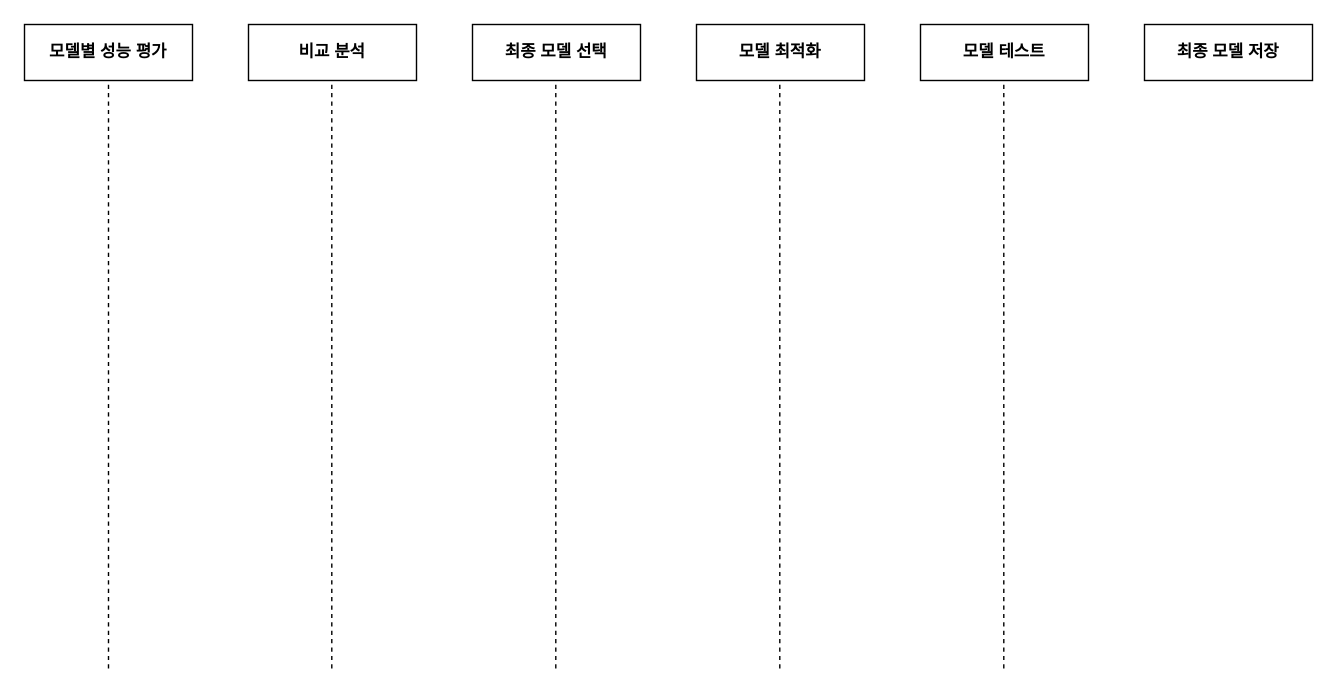
hyun10144/Lecture4-1 keeps this draw.io diagram as 제목 없는 다이어그램.drawio. Above is the earlier version. Source tidied: cells renumbered, new cells numbered last; positions are measured from the earlier drawing's top-left corner, leaving out a move shared by most shapes. Both pictures are drawn from the tidied source at 140%, with x=0, y=0 at pixel (24, 24).
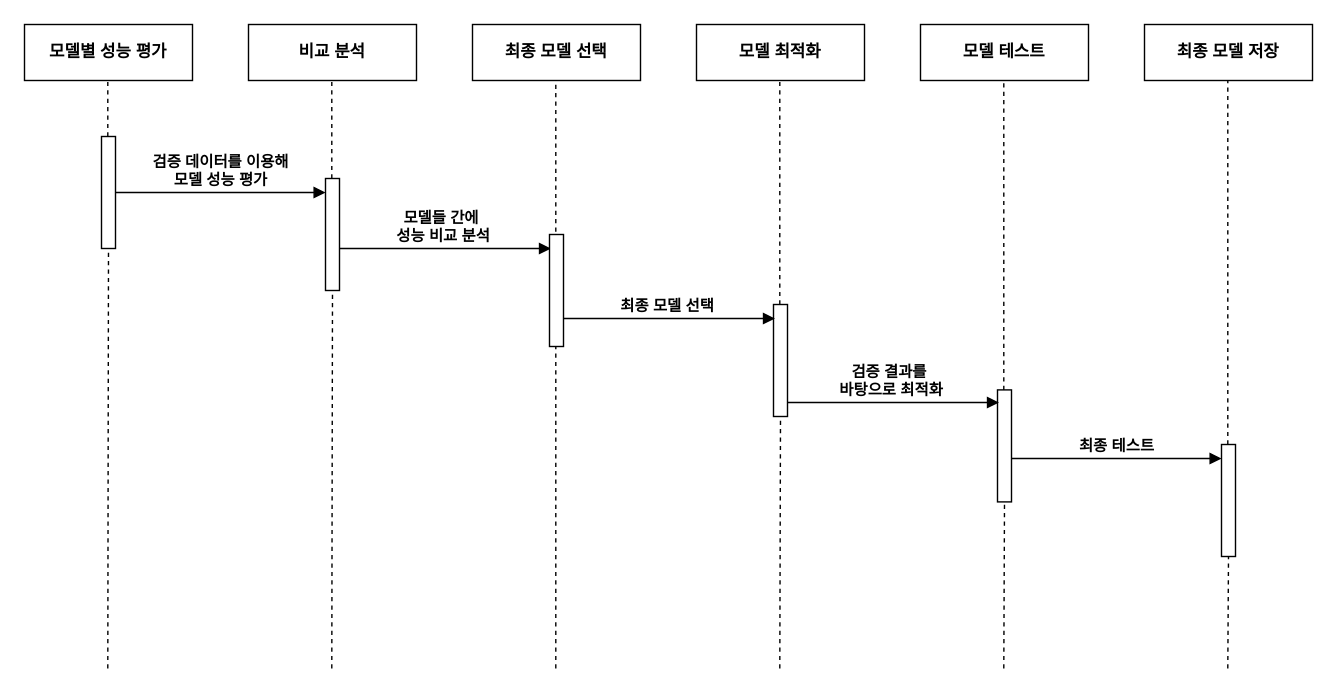
The same diagram, later.

Commit message (it also covers changes not shown here):
제목 없는 다이어그램.drawio 업데이트

The change refers to these unchanged cells:
```xml
<mxCell id="2" value="모델별 성능 평가" style="rounded=0;whiteSpace=wrap;html=1;strokeWidth=1;fontStyle=1;" parent="1" vertex="1">
  <mxGeometry width="120" height="40" as="geometry" />
</mxCell>
```

The edit, as a diff of the source:
```diff
@@
-    <mxCell id="8" style="endArrow=none;dashed=1;html=1;rounded=0;entryX=0.5;entryY=1;entryDx=0;entryDy=0;fontSize=11;" parent="1" edge="1" target="2">
-      <mxGeometry relative="1" as="geometry">
-        <mxPoint x="60" y="460" as="sourcePoint" />
-      </mxGeometry>
-    </mxCell>
-    <mxCell id="9" style="endArrow=none;dashed=1;html=1;rounded=0;entryX=0.5;entryY=1;entryDx=0;entryDy=0;fontSize=11;" parent="1" edge="1">
+    <mxCell id="9" style="endArrow=none;dashed=1;html=1;rounded=0;entryX=0.5;entryY=1;entryDx=0;entryDy=0;fontSize=11;" parent="1" edge="1" source="20">
       <mxGeometry relative="1" as="geometry">
-        <mxPoint x="219.5" y="460" as="sourcePoint" />
         <mxPoint x="219.5" y="40" as="targetPoint" />
       </mxGeometry>
     </mxCell>
@@
-    <mxCell id="11" style="endArrow=none;dashed=1;html=1;rounded=0;entryX=0.5;entryY=1;entryDx=0;entryDy=0;fontSize=11;" parent="1" edge="1">
+    <mxCell id="11" style="endArrow=none;dashed=1;html=1;rounded=0;entryX=0.5;entryY=1;entryDx=0;entryDy=0;fontSize=11;" parent="1" edge="1" source="26">
       <mxGeometry relative="1" as="geometry">
-        <mxPoint x="539.5" y="460" as="sourcePoint" />
         <mxPoint x="539.5" y="40" as="targetPoint" />
       </mxGeometry>
     </mxCell>
-    <mxCell id="12" style="endArrow=none;dashed=1;html=1;rounded=0;entryX=0.5;entryY=1;entryDx=0;entryDy=0;fontSize=11;" parent="1" edge="1">
+    <mxCell id="12" style="endArrow=none;dashed=1;html=1;rounded=0;entryX=0.5;entryY=1;entryDx=0;entryDy=0;fontSize=11;" parent="1" edge="1" source="24">
       <mxGeometry relative="1" as="geometry">
-        <mxPoint x="699.5" y="460" as="sourcePoint" />
         <mxPoint x="699.5" y="40" as="targetPoint" />
       </mxGeometry>
     </mxCell>
+    <mxCell id="13" style="endArrow=none;dashed=1;html=1;rounded=0;entryX=0.5;entryY=1;entryDx=0;entryDy=0;fontSize=11;" parent="1" edge="1" source="28">
+      <mxGeometry relative="1" as="geometry">
+        <mxPoint x="859.5" y="40" as="targetPoint" />
+      </mxGeometry>
+    </mxCell>
+    <mxCell id="14" style="endArrow=none;dashed=1;html=1;rounded=0;entryX=0.5;entryY=1;entryDx=0;entryDy=0;fontSize=11;" parent="1" edge="1" source="16">
+      <mxGeometry relative="1" as="geometry">
+        <mxPoint x="59.5" y="40" as="targetPoint" />
+      </mxGeometry>
+    </mxCell>
+    <mxCell id="15" style="endArrow=none;dashed=1;html=1;rounded=0;entryX=0.5;entryY=1;entryDx=0;entryDy=0;fontSize=11;" parent="1" edge="1" target="16">
+      <mxGeometry relative="1" as="geometry">
+        <mxPoint x="59.5" y="460" as="sourcePoint" />
+      </mxGeometry>
+    </mxCell>
+    <mxCell id="16" style="html=1;points=[[0,0,0,0,5],[0,1,0,0,-5],[1,0,0,0,5],[1,1,0,0,-5]];perimeter=orthogonalPerimeter;outlineConnect=0;targetShapes=umlLifeline;portConstraint=eastwest;newEdgeStyle={&quot;curved&quot;:0,&quot;rounded&quot;:0};" parent="1" vertex="1">
+      <mxGeometry x="55" y="80" width="10" height="80" as="geometry" />
+    </mxCell>
+    <mxCell id="17" value="&lt;b&gt;모델들 간에&amp;nbsp;&lt;/b&gt;&lt;div&gt;&lt;b&gt;성능 비교 분석&lt;/b&gt;&lt;/div&gt;" style="html=1;verticalAlign=bottom;endArrow=block;curved=0;rounded=0;" parent="1" edge="1">
+      <mxGeometry x="0.01" relative="1" as="geometry">
+        <mxPoint x="221" y="160" as="sourcePoint" />
+        <mxPoint x="376" y="160" as="targetPoint" />
+      </mxGeometry>
+    </mxCell>
+    <mxCell id="18" value="&lt;b&gt;최종 테스트&lt;/b&gt;" style="html=1;verticalAlign=bottom;endArrow=block;curved=0;rounded=0;" parent="1" edge="1" source="24">
+      <mxGeometry relative="1" as="geometry">
+        <mxPoint x="855" y="310" as="targetPoint" />
+      </mxGeometry>
+    </mxCell>
+    <mxCell id="19" style="endArrow=none;dashed=1;html=1;rounded=0;entryX=0.5;entryY=1;entryDx=0;entryDy=0;fontSize=11;" parent="1" edge="1" target="20">
+      <mxGeometry relative="1" as="geometry">
+        <mxPoint x="219.5" y="460" as="sourcePoint" />
+      </mxGeometry>
+    </mxCell>
+    <mxCell id="20" style="html=1;points=[[0,0,0,0,5],[0,1,0,0,-5],[1,0,0,0,5],[1,1,0,0,-5]];perimeter=orthogonalPerimeter;outlineConnect=0;targetShapes=umlLifeline;portConstraint=eastwest;newEdgeStyle={&quot;curved&quot;:0,&quot;rounded&quot;:0};" parent="1" vertex="1">
+      <mxGeometry x="215" y="110" width="10" height="80" as="geometry" />
+    </mxCell>
+    <mxCell id="21" value="&lt;b&gt;검증 데이터를 이용해&lt;/b&gt;&lt;div&gt;&lt;b&gt;모델 성능 평가&lt;/b&gt;&lt;/div&gt;" style="html=1;verticalAlign=bottom;endArrow=block;curved=0;rounded=0;" parent="1" edge="1" target="20">
+      <mxGeometry relative="1" as="geometry">
+        <mxPoint x="65" y="120" as="sourcePoint" />
+      </mxGeometry>
+    </mxCell>
+    <mxCell id="22" style="endArrow=none;dashed=1;html=1;rounded=0;entryX=0.5;entryY=1;entryDx=0;entryDy=0;fontSize=11;" parent="1" edge="1" target="26">
+      <mxGeometry relative="1" as="geometry">
+        <mxPoint x="539.5" y="460" as="sourcePoint" />
+      </mxGeometry>
+    </mxCell>
+    <mxCell id="23" style="endArrow=none;dashed=1;html=1;rounded=0;entryX=0.5;entryY=1;entryDx=0;entryDy=0;fontSize=11;" parent="1" edge="1" target="24">
+      <mxGeometry relative="1" as="geometry">
+        <mxPoint x="699.5" y="460" as="sourcePoint" />
+      </mxGeometry>
+    </mxCell>
+    <mxCell id="24" style="html=1;points=[[0,0,0,0,5],[0,1,0,0,-5],[1,0,0,0,5],[1,1,0,0,-5]];perimeter=orthogonalPerimeter;outlineConnect=0;targetShapes=umlLifeline;portConstraint=eastwest;newEdgeStyle={&quot;curved&quot;:0,&quot;rounded&quot;:0};" parent="1" vertex="1">
+      <mxGeometry x="695" y="261" width="10" height="80" as="geometry" />
+    </mxCell>
+    <mxCell id="25" value="&lt;b&gt;검증 결과를&amp;nbsp;&lt;/b&gt;&lt;div&gt;&lt;b&gt;바탕으로 최적화&lt;/b&gt;&lt;/div&gt;" style="html=1;verticalAlign=bottom;endArrow=block;curved=0;rounded=0;" parent="1" edge="1">
+      <mxGeometry relative="1" as="geometry">
+        <mxPoint x="541" y="270" as="sourcePoint" />
+        <mxPoint x="696" y="270" as="targetPoint" />
+      </mxGeometry>
+    </mxCell>
+    <mxCell id="26" style="html=1;points=[[0,0,0,0,5],[0,1,0,0,-5],[1,0,0,0,5],[1,1,0,0,-5]];perimeter=orthogonalPerimeter;outlineConnect=0;targetShapes=umlLifeline;portConstraint=eastwest;newEdgeStyle={&quot;curved&quot;:0,&quot;rounded&quot;:0};" parent="1" vertex="1">
+      <mxGeometry x="535" y="200" width="10" height="80" as="geometry" />
+    </mxCell>
+    <mxCell id="27" style="endArrow=none;dashed=1;html=1;rounded=0;entryX=0.5;entryY=1;entryDx=0;entryDy=0;fontSize=11;" parent="1" edge="1" target="28">
+      <mxGeometry relative="1" as="geometry">
+        <mxPoint x="859.5" y="460" as="sourcePoint" />
+      </mxGeometry>
+    </mxCell>
+    <mxCell id="28" style="html=1;points=[[0,0,0,0,5],[0,1,0,0,-5],[1,0,0,0,5],[1,1,0,0,-5]];perimeter=orthogonalPerimeter;outlineConnect=0;targetShapes=umlLifeline;portConstraint=eastwest;newEdgeStyle={&quot;curved&quot;:0,&quot;rounded&quot;:0};" parent="1" vertex="1">
+      <mxGeometry x="855" y="300" width="10" height="80" as="geometry" />
+    </mxCell>
+    <mxCell id="29" value="&lt;b&gt;최종 모델 선택&lt;/b&gt;" style="html=1;verticalAlign=bottom;endArrow=block;curved=0;rounded=0;" parent="1" edge="1">
+      <mxGeometry relative="1" as="geometry">
+        <mxPoint x="381" y="210" as="sourcePoint" />
+        <mxPoint x="536" y="210" as="targetPoint" />
+      </mxGeometry>
+    </mxCell>
+    <mxCell id="30" style="html=1;perimeter=orthogonalPerimeter;targetShapes=umlLifeline;newEdgeStyle={&quot;curved&quot;:0,&quot;rounded&quot;:0};" parent="1" vertex="1">
+      <mxGeometry x="375" y="150" width="10" height="80" as="geometry" />
+    </mxCell>
```
